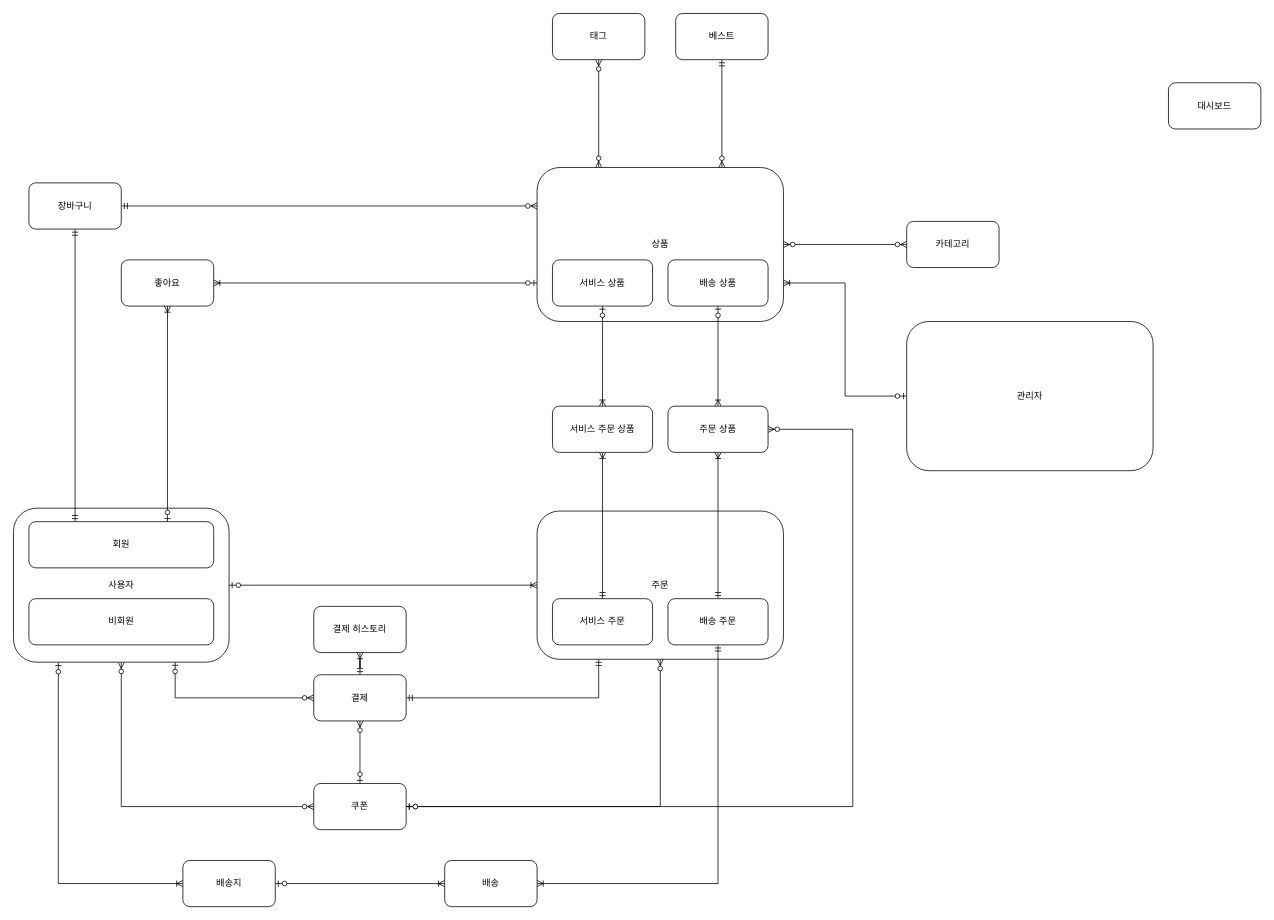
Earlier version of the draw.io diagram sirious_conceptual.drawio (donghyeon0725/notepad). Source tidied: cells renumbered, new cells numbered last; positions are measured from the earlier drawing's top-left corner, leaving out a move shared by most shapes. Both pictures are drawn from the tidied source at 77%, with x=0, y=0 at pixel (13, 13).
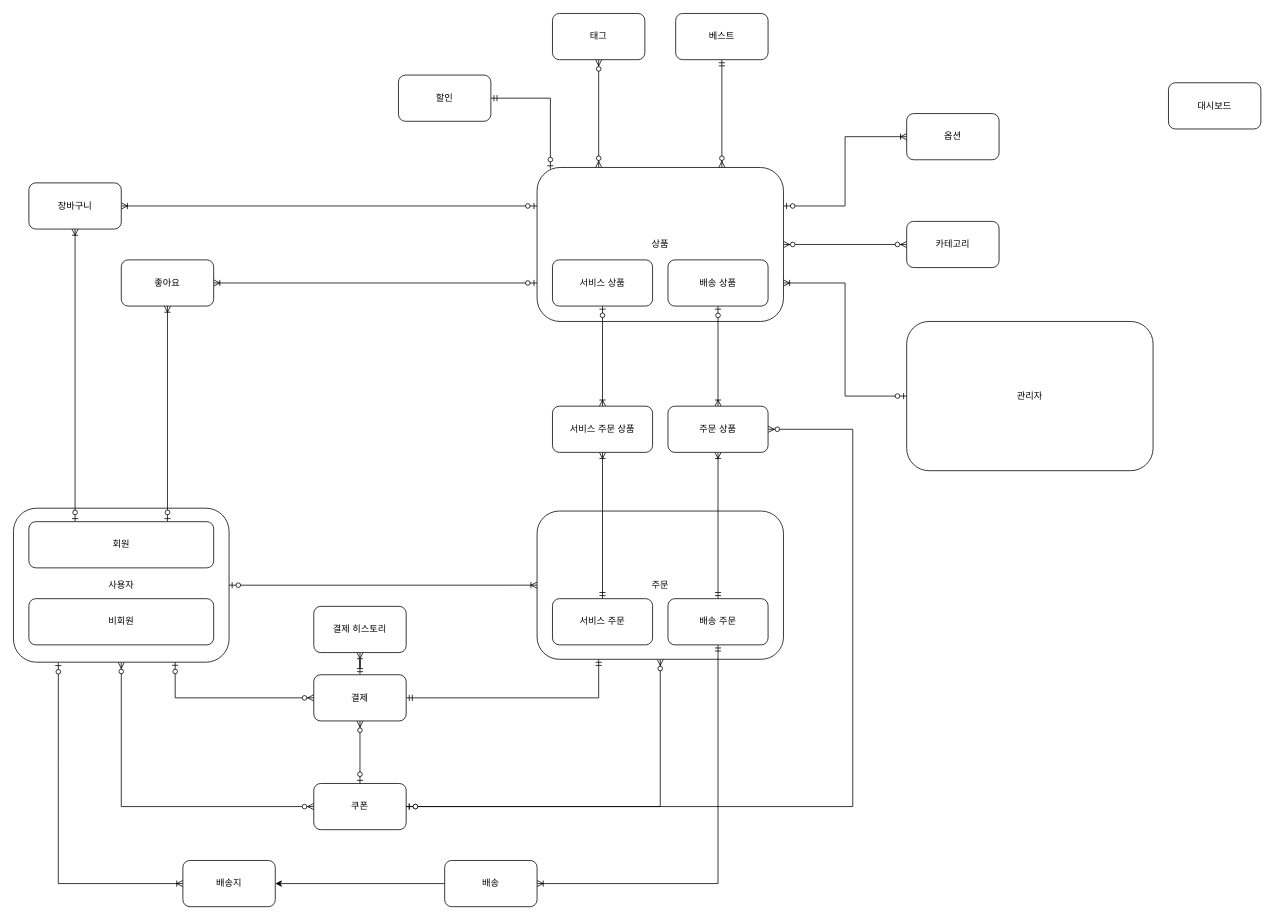
After the change.

Unchanged cells that the change refers to:
```xml
<mxCell id="4" value="상품" style="rounded=1;whiteSpace=wrap;html=1;" parent="1" vertex="1">
  <mxGeometry x="680" y="200" width="320" height="200" as="geometry" />
</mxCell>
<mxCell id="10" value="배송" style="rounded=1;whiteSpace=wrap;html=1;" parent="1" vertex="1">
  <mxGeometry x="560" y="1100" width="120" height="60" as="geometry" />
</mxCell>
<mxCell id="12" value="배송지" style="rounded=1;whiteSpace=wrap;html=1;" parent="1" vertex="1">
  <mxGeometry x="220" y="1100" width="120" height="60" as="geometry" />
</mxCell>
<mxCell id="18" value="장바구니" style="rounded=1;whiteSpace=wrap;html=1;" parent="1" vertex="1">
  <mxGeometry x="20" y="220" width="120" height="60" as="geometry" />
</mxCell>
<mxCell id="44" value="회원" style="rounded=1;whiteSpace=wrap;html=1;" parent="1" vertex="1">
  <mxGeometry x="20" y="660" width="240" height="60" as="geometry" />
</mxCell>
```

Diff of the diagram source:
```diff
@@
+    <mxCell id="48" style="edgeStyle=orthogonalEdgeStyle;rounded=0;jettySize=auto;html=1;exitX=1;exitY=0.25;exitDx=0;exitDy=0;entryX=0;entryY=0.5;entryDx=0;entryDy=0;startArrow=ERzeroToOne;startFill=1;endArrow=ERoneToMany;endFill=0;" parent="1" edge="1" source="4" target="51">
+      <mxGeometry relative="1" as="geometry" />
+    </mxCell>
@@
-    <mxCell id="9" style="edgeStyle=orthogonalEdgeStyle;rounded=0;jettySize=auto;html=1;entryX=1;entryY=0.5;entryDx=0;entryDy=0;startArrow=ERoneToMany;startFill=0;endArrow=ERzeroToOne;endFill=1;" parent="1" edge="1" source="10" target="12">
+    <mxCell id="9" style="edgeStyle=orthogonalEdgeStyle;rounded=0;jettySize=auto;html=1;entryX=1;entryY=0.5;entryDx=0;entryDy=0;startArrow=none;startFill=0;endArrow=classic;endFill=1;" parent="1" edge="1" source="10" target="12">
       <mxGeometry relative="1" as="geometry" />
     </mxCell>
@@
-    <mxCell id="17" style="edgeStyle=orthogonalEdgeStyle;rounded=0;jettySize=auto;html=1;entryX=0;entryY=0.25;entryDx=0;entryDy=0;startArrow=ERmandOne;startFill=0;endArrow=ERzeroToMany;endFill=1;" parent="1" edge="1" source="18" target="4">
+    <mxCell id="17" style="edgeStyle=orthogonalEdgeStyle;rounded=0;jettySize=auto;html=1;entryX=0;entryY=0.25;entryDx=0;entryDy=0;startArrow=ERoneToMany;startFill=0;endArrow=ERzeroToOne;endFill=1;" parent="1" edge="1" source="18" target="4">
       <mxGeometry relative="1" as="geometry" />
     </mxCell>
@@
-    <mxCell id="42" style="edgeStyle=orthogonalEdgeStyle;rounded=0;jettySize=auto;html=1;entryX=0.5;entryY=1;entryDx=0;entryDy=0;startArrow=ERmandOne;startFill=0;endArrow=ERmandOne;endFill=0;exitX=0.25;exitY=0;exitDx=0;exitDy=0;" parent="1" edge="1" source="44" target="18">
+    <mxCell id="42" style="edgeStyle=orthogonalEdgeStyle;rounded=0;jettySize=auto;html=1;entryX=0.5;entryY=1;entryDx=0;entryDy=0;startArrow=ERzeroToOne;startFill=1;endArrow=ERoneToMany;endFill=0;exitX=0.25;exitY=0;exitDx=0;exitDy=0;" parent="1" edge="1" source="44" target="18">
       <mxGeometry relative="1" as="geometry" />
     </mxCell>
@@
+    <mxCell id="49" style="edgeStyle=orthogonalEdgeStyle;rounded=0;jettySize=auto;html=1;entryX=0.054;entryY=0.009;entryDx=0;entryDy=0;entryPerimeter=0;startArrow=ERmandOne;startFill=0;endArrow=ERzeroToOne;endFill=1;" parent="1" edge="1" source="50" target="4">
+      <mxGeometry relative="1" as="geometry" />
+    </mxCell>
+    <mxCell id="50" value="할인" style="rounded=1;whiteSpace=wrap;html=1;" parent="1" vertex="1">
+      <mxGeometry x="500" y="80" width="120" height="60" as="geometry" />
+    </mxCell>
+    <mxCell id="51" value="옵션" style="rounded=1;whiteSpace=wrap;html=1;" parent="1" vertex="1">
+      <mxGeometry x="1160" y="130" width="120" height="60" as="geometry" />
+    </mxCell>
```
